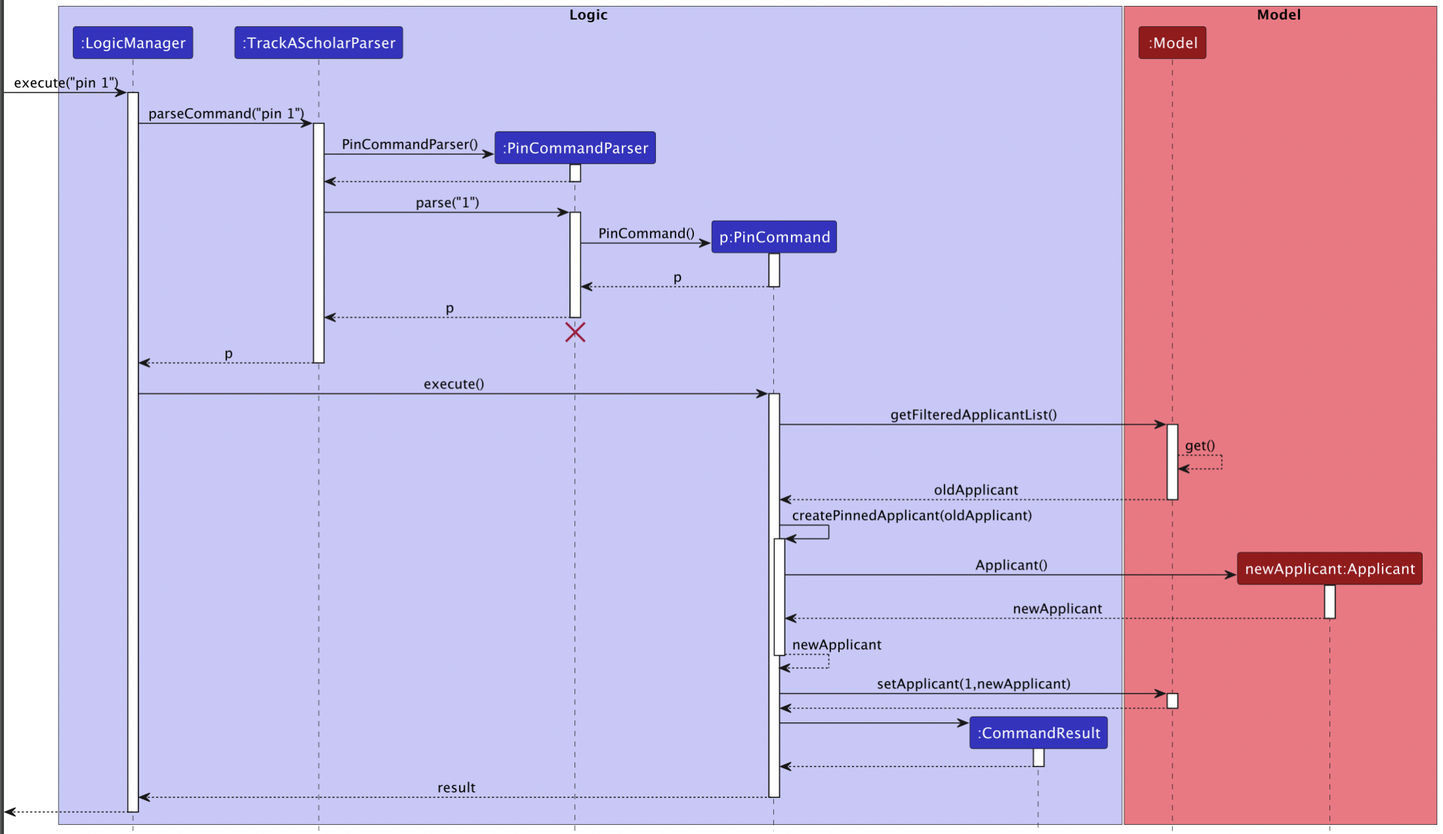
The PlantUML diagram docs/images/PinSequenceDiagram.png in nus-cs2103-AY2223S1/tp, before a commit. Its source is kept beside it as docs/diagrams/PinSequenceDiagram.puml.
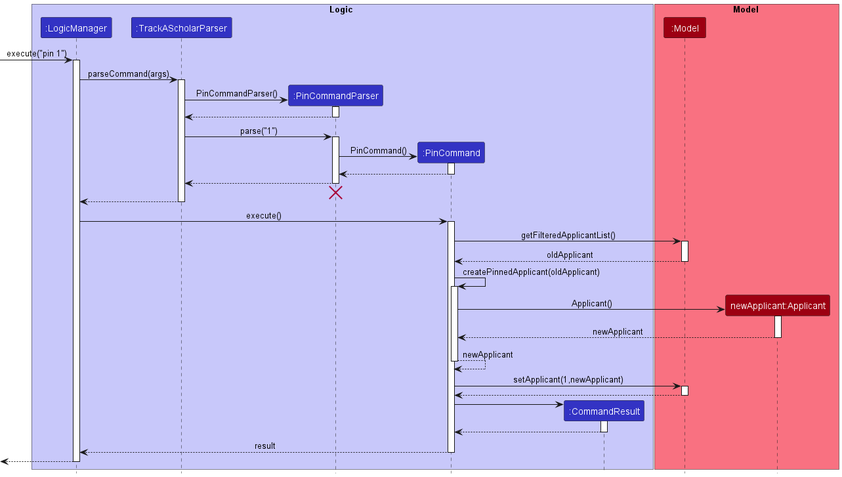
After the commit.

What changed in the source:
```diff
@@ -5,7 +5,7 @@
 participant ":LogicManager" as LogicManager LOGIC_COLOR
 participant ":TrackAScholarParser" as TrackAScholarParser LOGIC_COLOR
 participant ":PinCommandParser" as PinCommandParser LOGIC_COLOR
-participant "p:PinCommand" as PinCommand LOGIC_COLOR
+participant ":PinCommand" as PinCommand LOGIC_COLOR
 participant ":CommandResult" as CommandResult LOGIC_COLOR
 end box
 
@@ -17,7 +17,7 @@
 [-> LogicManager : execute("pin 1")
 activate LogicManager
 
-LogicManager -> TrackAScholarParser : parseCommand("pin 1")
+LogicManager -> TrackAScholarParser : parseCommand(args)
 activate TrackAScholarParser
 
 create PinCommandParser
@@ -34,15 +34,15 @@
 PinCommandParser -> PinCommand : PinCommand()
 activate PinCommand
 
-PinCommand --> PinCommandParser : p
+PinCommand --> PinCommandParser
 deactivate PinCommand
 
-PinCommandParser --> TrackAScholarParser : p
+PinCommandParser --> TrackAScholarParser
 deactivate PinCommandParser
 PinCommandParser -[hidden]-> TrackAScholarParser
 destroy PinCommandParser
 
-TrackAScholarParser --> LogicManager : p
+TrackAScholarParser --> LogicManager
 deactivate TrackAScholarParser
 
 LogicManager -> PinCommand : execute()
@@ -50,7 +50,7 @@
 
 PinCommand -> Model : getFilteredApplicantList()
 activate Model
-Model --> Model : get()
+
 Model --> PinCommand : oldApplicant
 deactivate Model
 
```
